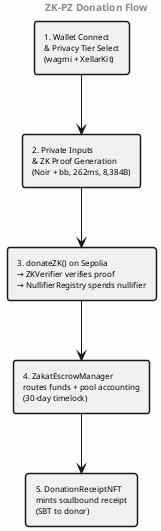
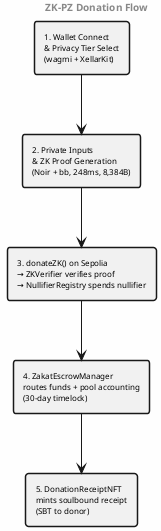
@startuml
skinparam backgroundColor #FEFEFE
skinparam shadowing false
skinparam defaultFontName Times-Roman
skinparam defaultFontSize 8
skinparam rectangleBorderThickness 1.5

header <b>ZK-PZ Donation Flow</b>

rectangle "1. Wallet Connect\n& Privacy Tier Select\n(wagmi + XellarKit)" as S1
- rectangle "2. Private Inputs\n& ZK Proof Generation\n(Noir + bb, 262ms, 8,384B)" as S2
+ rectangle "2. Private Inputs\n& ZK Proof Generation\n(Noir + bb, 248ms, 8,384B)" as S2
rectangle "3. donateZK() on Sepolia\n→ ZKVerifier verifies proof\n→ NullifierRegistry spends nullifier" as S3
rectangle "4. ZakatEscrowManager\nroutes funds + pool accounting\n(30-day timelock)" as S4
rectangle "5. DonationReceiptNFT\nmints soulbound receipt\n(SBT to donor)" as S5

S1 -down-> S2
S2 -down-> S3
S3 -down-> S4
S4 -down-> S5

@enduml
